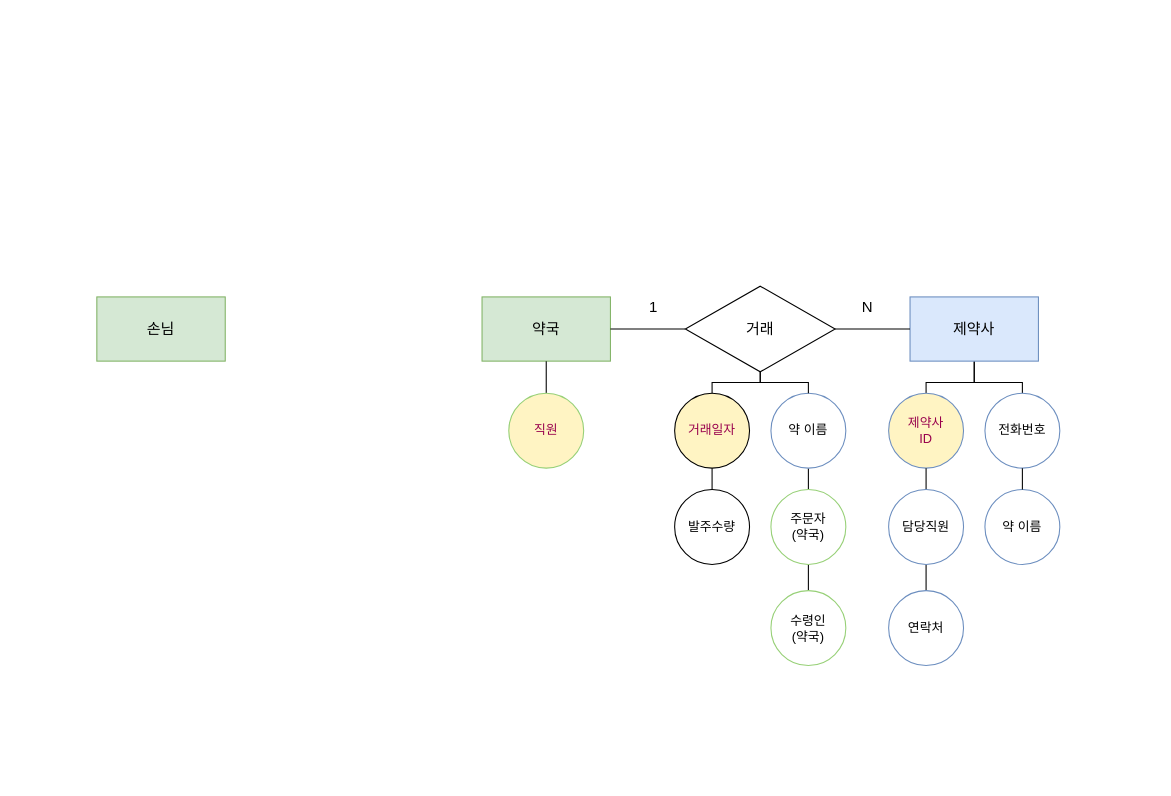
This is 0 portfolio/yakgookJego.drawio from jhy0409/jhy0409, a draw.io file, before an edit. Source tidied: cells renumbered, new cells numbered last; positions are measured from the earlier drawing's top-left corner, leaving out a move shared by most shapes. Both pictures are drawn from the tidied source at 107%, with x=0, y=0 at pixel (96, 286).
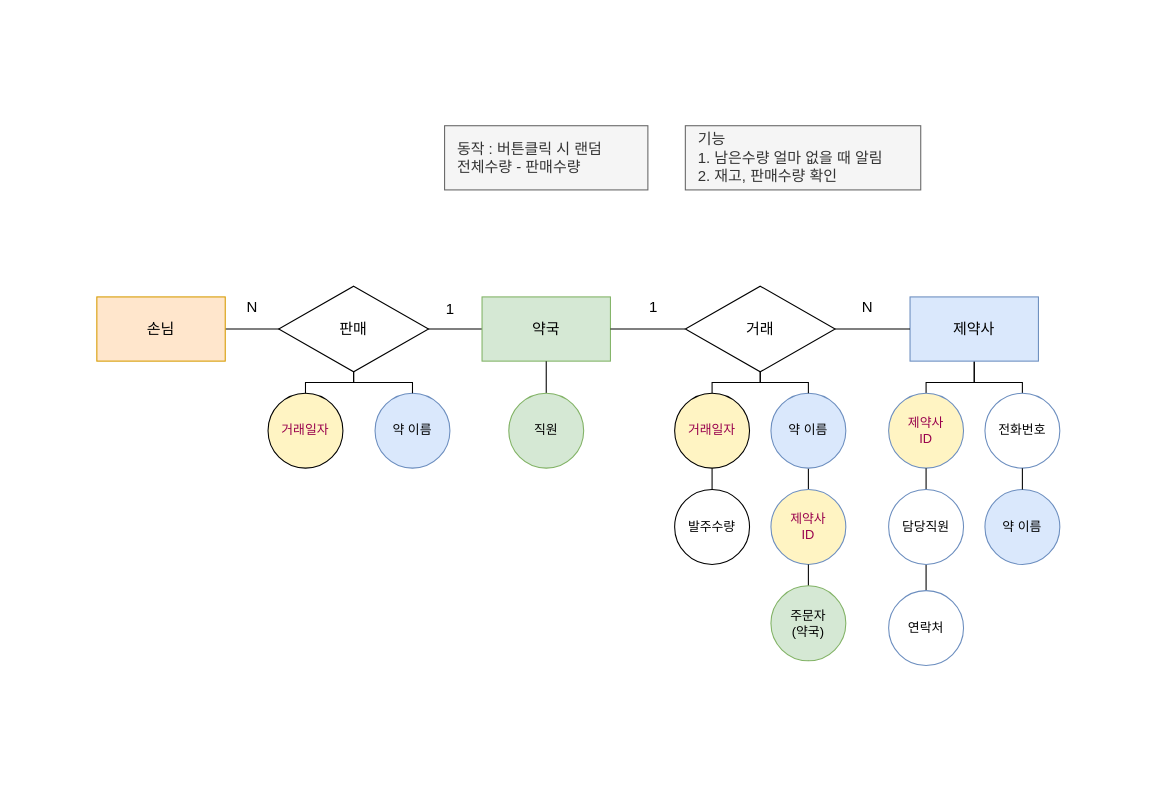
The same page after the edit.

Unchanged cells that the change refers to:
```xml
<mxCell id="3" value="&lt;font style=&quot;font-size: 14px&quot;&gt;약국&lt;/font&gt;" style="rounded=0;whiteSpace=wrap;html=1;fillColor=#d5e8d4;strokeColor=#82b366;" parent="1" vertex="1">
  <mxGeometry x="360" y="10" width="120" height="60" as="geometry" />
</mxCell>
```

What changed in the source:
```diff
@@
+    <mxCell id="30" style="rounded=0;whiteSpace=wrap;html=1;labelBackgroundColor=none;fontSize=14;align=left;strokeColor=none;" parent="1" vertex="1">
+      <mxGeometry x="-73" y="-250" width="1060" height="710" as="geometry" />
+    </mxCell>
+    <mxCell id="31" style="endArrow=none;html=1;fontSize=14;fontColor=#99004D;entryX=0;entryY=0.5;entryDx=0;entryDy=0;exitX=1;exitY=0.5;exitDx=0;exitDy=0;" parent="1" edge="1" source="29" target="3">
+      <mxGeometry relative="1" as="geometry" />
+    </mxCell>
+    <mxCell id="32" value="1" style="edgeLabel;html=1;align=center;verticalAlign=middle;fontSize=14;" parent="31" vertex="1">
+      <mxGeometry x="0.81" y="20" relative="1" as="geometry">
+        <mxPoint x="-7.6" as="offset" />
+      </mxGeometry>
+    </mxCell>
-    <mxCell id="2" style="endArrow=none;html=1;fontSize=14;entryX=0.5;entryY=1;entryDx=0;entryDy=0;exitX=0.5;exitY=0;exitDx=0;exitDy=0;" parent="1" edge="1" source="20" target="15">
+    <mxCell id="2" style="endArrow=none;html=1;fontSize=14;entryX=0.5;entryY=1;entryDx=0;entryDy=0;exitX=0.5;exitY=0;exitDx=0;exitDy=0;" parent="1" edge="1" source="38" target="15">
       <mxGeometry relative="1" as="geometry" />
     </mxCell>
@@
-    <mxCell id="15" value="약&amp;nbsp;이름" style="ellipse;whiteSpace=wrap;html=1;strokeColor=#6C8EBF;" parent="1" vertex="1">
+    <mxCell id="15" value="약&amp;nbsp;이름" style="ellipse;whiteSpace=wrap;html=1;strokeColor=#6c8ebf;fillColor=#dae8fc;" parent="1" vertex="1">
       <mxGeometry x="630" y="100" width="70" height="70" as="geometry" />
     </mxCell>
@@
-    <mxCell id="18" value="직원" style="ellipse;whiteSpace=wrap;html=1;strokeColor=#97D077;fontColor=#99004D;fillColor=#FFF4C3;" parent="1" vertex="1">
+    <mxCell id="18" value="직원" style="ellipse;whiteSpace=wrap;html=1;strokeColor=#82b366;fillColor=#d5e8d4;" parent="1" vertex="1">
       <mxGeometry x="385" y="100" width="70" height="70" as="geometry" />
     </mxCell>
-    <mxCell id="19" value="주문자&lt;br&gt;(약국)" style="ellipse;whiteSpace=wrap;html=1;strokeColor=#97D077;" parent="1" vertex="1">
-      <mxGeometry x="630" y="190" width="70" height="70" as="geometry" />
-    </mxCell>
-    <mxCell id="20" value="수령인&lt;br&gt;(약국)" style="ellipse;whiteSpace=wrap;html=1;strokeColor=#97D077;" parent="1" vertex="1">
-      <mxGeometry x="630" y="284.5" width="70" height="70" as="geometry" />
-    </mxCell>
@@
-    <mxCell id="24" value="약 이름" style="ellipse;whiteSpace=wrap;html=1;strokeColor=#6C8EBF;" parent="1" vertex="1">
+    <mxCell id="24" value="약 이름" style="ellipse;whiteSpace=wrap;html=1;strokeColor=#6c8ebf;fillColor=#dae8fc;" parent="1" vertex="1">
       <mxGeometry x="830" y="190" width="70" height="70" as="geometry" />
     </mxCell>
@@
-    <mxCell id="29" value="&lt;span style=&quot;font-size: 14px&quot;&gt;손님&lt;/span&gt;" style="rounded=0;whiteSpace=wrap;html=1;fillColor=#d5e8d4;strokeColor=#82b366;" parent="1" vertex="1">
+    <mxCell id="29" value="&lt;span style=&quot;font-size: 14px&quot;&gt;손님&lt;/span&gt;" style="rounded=0;whiteSpace=wrap;html=1;fillColor=#ffe6cc;strokeColor=#d79b00;" parent="1" vertex="1">
       <mxGeometry y="10" width="120" height="60" as="geometry" />
     </mxCell>
+    <mxCell id="33" value="판매" style="rhombus;whiteSpace=wrap;html=1;fontSize=14;" parent="1" vertex="1">
+      <mxGeometry x="170" width="140" height="80" as="geometry" />
+    </mxCell>
+    <mxCell id="34" value="거래일자" style="ellipse;whiteSpace=wrap;html=1;fontColor=#99004D;fillColor=#FFF4C3;" parent="1" vertex="1">
+      <mxGeometry x="160" y="100" width="70" height="70" as="geometry" />
+    </mxCell>
+    <mxCell id="35" value="약&amp;nbsp;이름" style="ellipse;whiteSpace=wrap;html=1;strokeColor=#6c8ebf;fillColor=#dae8fc;" parent="1" vertex="1">
+      <mxGeometry x="260" y="100" width="70" height="70" as="geometry" />
+    </mxCell>
+    <mxCell id="36" value="N" style="text;html=1;align=center;verticalAlign=middle;fontSize=14;fontColor=#000000;" parent="1" vertex="1">
+      <mxGeometry x="130" y="10" width="30" height="20" as="geometry" />
+    </mxCell>
+    <mxCell id="37" value="동작 : 버튼클릭 시 랜덤&lt;br&gt;전체수량 - 판매수량" style="whiteSpace=wrap;html=1;labelBackgroundColor=none;strokeColor=#666666;fillColor=#f5f5f5;fontSize=14;fontColor=#333333;align=left;spacingLeft=10;" parent="1" vertex="1">
+      <mxGeometry x="325" y="-150" width="190" height="60" as="geometry" />
+    </mxCell>
+    <mxCell id="38" value="제약사&lt;br&gt;ID" style="ellipse;whiteSpace=wrap;html=1;strokeColor=#6C8EBF;labelBackgroundColor=none;fontColor=#99004D;fillColor=#FFF4C3;" parent="1" vertex="1">
+      <mxGeometry x="630" y="190" width="70" height="70" as="geometry" />
+    </mxCell>
+    <mxCell id="39" style="endArrow=none;html=1;fontSize=14;entryX=0.5;entryY=1;entryDx=0;entryDy=0;exitX=0.5;exitY=1;exitDx=0;exitDy=0;" parent="1" edge="1" source="19" target="38">
+      <mxGeometry relative="1" as="geometry" />
+    </mxCell>
+    <mxCell id="19" value="주문자&lt;br&gt;(약국)" style="ellipse;whiteSpace=wrap;html=1;strokeColor=#82b366;fontColor=#000000;fillColor=#d5e8d4;" parent="1" vertex="1">
+      <mxGeometry x="630" y="280" width="70" height="70" as="geometry" />
+    </mxCell>
+    <mxCell id="40" value="기능&lt;br&gt;1. 남은수량 얼마&amp;nbsp;없을 때 알림&lt;br&gt;2. 재고, 판매수량 확인" style="whiteSpace=wrap;html=1;labelBackgroundColor=none;strokeColor=#666666;fillColor=#f5f5f5;fontSize=14;fontColor=#333333;align=left;spacingLeft=10;" parent="1" vertex="1">
+      <mxGeometry x="550" y="-150" width="220" height="60" as="geometry" />
+    </mxCell>
+    <mxCell id="41" style="endArrow=none;html=1;fontSize=14;fontColor=#000000;exitX=0.5;exitY=0;exitDx=0;exitDy=0;edgeStyle=orthogonalEdgeStyle;rounded=0;" parent="1" edge="1" source="34" target="33">
+      <mxGeometry relative="1" as="geometry" />
+    </mxCell>
+    <mxCell id="42" style="endArrow=none;html=1;fontSize=14;fontColor=#000000;entryX=0.5;entryY=0;entryDx=0;entryDy=0;edgeStyle=orthogonalEdgeStyle;rounded=0;" parent="1" edge="1" target="35">
+      <mxGeometry relative="1" as="geometry">
+        <mxPoint x="240" y="80" as="sourcePoint" />
+        <Array as="points">
+          <mxPoint x="240" y="90" />
+          <mxPoint x="295" y="90" />
+        </Array>
+      </mxGeometry>
+    </mxCell>
```
